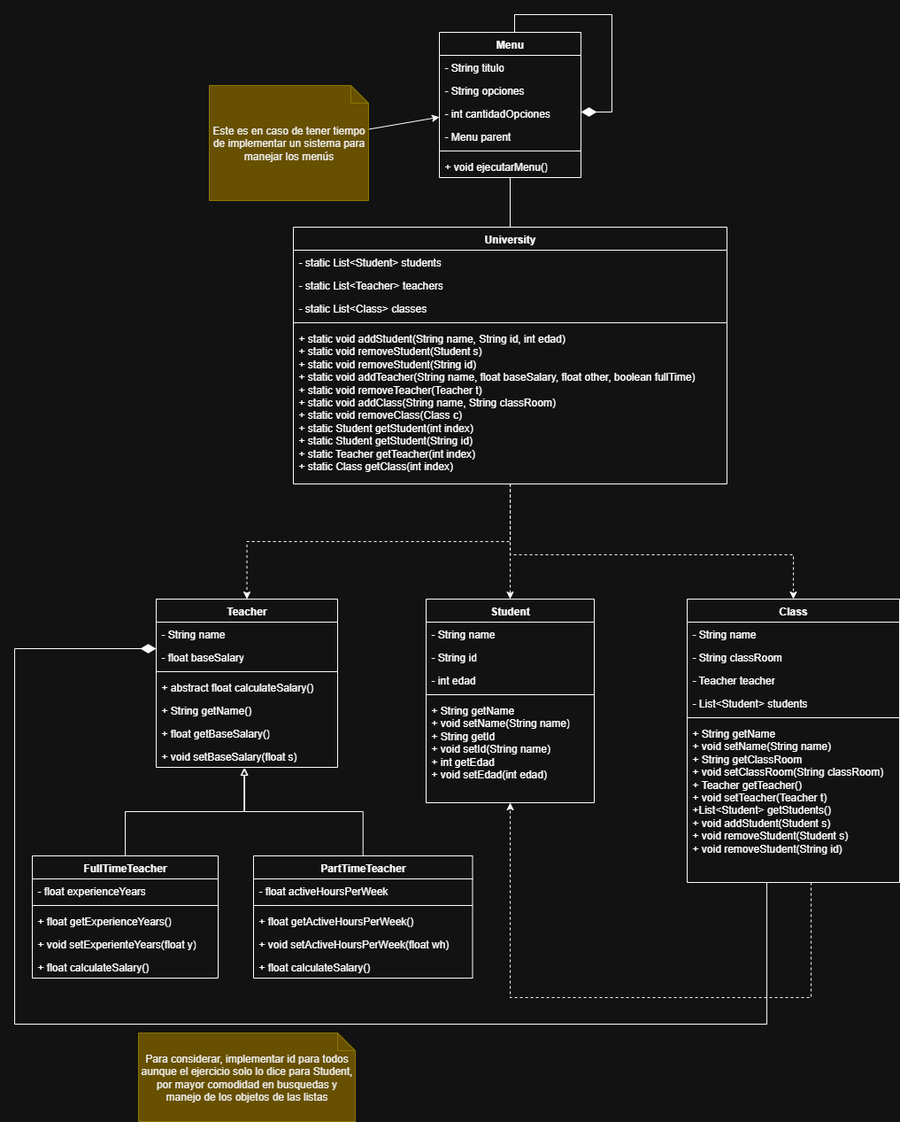
Before: diagrams/ClassesDiagram.png, a diagram exported from draw.io (CarlosDRomero/JavaFinalExercise). Source tidied: cells renumbered, new cells last; positions are measured from the earlier drawing's top-left corner, leaving out a move shared by most shapes.
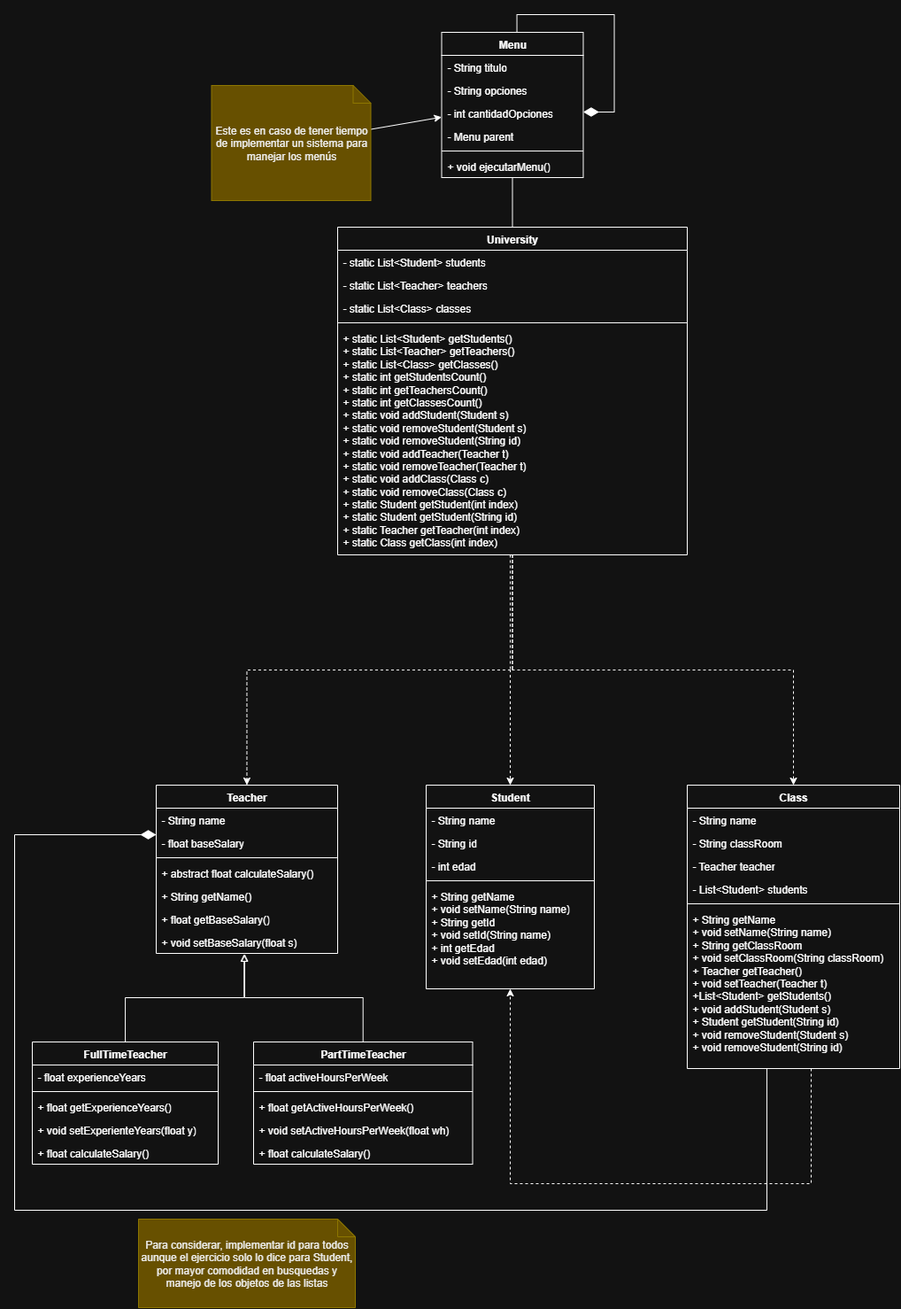
The same file after the commit.

Commit message:
Se adaptó el diagrama de clases a los cambios

What changed in the source:
```diff
@@ -23,8 +23,8 @@
     <mxCell id="8" style="edgeStyle=orthogonalEdgeStyle;rounded=0;jettySize=auto;html=1;dashed=1;entryX=0.5;entryY=0;entryDx=0;entryDy=0;" parent="1" edge="1" source="11" target="39">
       <mxGeometry relative="1" as="geometry">
         <Array as="points">
-          <mxPoint x="560" y="610" />
-          <mxPoint x="880" y="610" />
+          <mxPoint x="560" y="530" />
+          <mxPoint x="880" y="530" />
         </Array>
       </mxGeometry>
     </mxCell>
@@ -35,22 +35,22 @@
       <mxGeometry relative="1" as="geometry" />
     </mxCell>
     <mxCell id="11" value="University" style="swimlane;fontStyle=1;align=center;verticalAlign=top;horizontal=1;startSize=26;whiteSpace=wrap;html=1;" parent="1" vertex="1">
-      <mxGeometry x="315" y="240" width="490" height="290" as="geometry" />
+      <mxGeometry x="365" y="30" width="395" height="370" as="geometry" />
     </mxCell>
     <mxCell id="12" value="- static List&amp;lt;Student&amp;gt; students" style="text;strokeColor=none;fillColor=none;align=left;verticalAlign=top;spacingLeft=4;spacingRight=4;overflow=hidden;whiteSpace=wrap;html=1;" parent="11" vertex="1">
-      <mxGeometry y="26" width="490" height="26" as="geometry" />
+      <mxGeometry y="26" width="395" height="26" as="geometry" />
     </mxCell>
     <mxCell id="13" value="- static List&amp;lt;Teacher&amp;gt; teachers" style="text;strokeColor=none;fillColor=none;align=left;verticalAlign=top;spacingLeft=4;spacingRight=4;overflow=hidden;whiteSpace=wrap;html=1;" parent="11" vertex="1">
-      <mxGeometry y="52" width="490" height="26" as="geometry" />
+      <mxGeometry y="52" width="395" height="26" as="geometry" />
     </mxCell>
     <mxCell id="14" value="- static List&amp;lt;Class&amp;gt; classes" style="text;strokeColor=none;fillColor=none;align=left;verticalAlign=top;spacingLeft=4;spacingRight=4;overflow=hidden;whiteSpace=wrap;html=1;" parent="11" vertex="1">
-      <mxGeometry y="78" width="490" height="26" as="geometry" />
+      <mxGeometry y="78" width="395" height="26" as="geometry" />
     </mxCell>
     <mxCell id="15" style="line;strokeWidth=1;fillColor=none;align=left;verticalAlign=middle;spacingTop=-1;spacingLeft=3;spacingRight=3;labelPosition=right;strokeColor=inherit;" parent="11" vertex="1">
-      <mxGeometry y="104" width="490" height="8" as="geometry" />
+      <mxGeometry y="104" width="395" height="8" as="geometry" />
     </mxCell>
-    <mxCell id="16" value="+ static void addStudent(String name, String id, int edad)&lt;div&gt;+ static void removeStudent(Student s)&lt;/div&gt;&lt;div&gt;+ static void removeStudent(String id)&lt;/div&gt;&lt;div&gt;+ static void addTeacher(String name, float baseSalary, float other, boolean fullTime)&lt;/div&gt;&lt;div&gt;+ static void removeTeacher(Teacher t)&lt;/div&gt;&lt;div&gt;+ static void addClass(String name, String classRoom)&lt;/div&gt;&lt;div&gt;+ static void removeClass(Class c)&lt;/div&gt;&lt;div&gt;+ static Student getStudent(int index)&lt;/div&gt;&lt;div&gt;+ static Student getStudent(String id)&lt;/div&gt;&lt;div&gt;+ static Teacher getTeacher(int index)&lt;/div&gt;&lt;div&gt;+ static Class getClass(int index)&lt;/div&gt;&lt;div&gt;&lt;br&gt;&lt;/div&gt;" style="text;strokeColor=none;fillColor=none;align=left;verticalAlign=top;spacingLeft=4;spacingRight=4;overflow=hidden;whiteSpace=wrap;html=1;" parent="11" vertex="1">
-      <mxGeometry y="112" width="490" height="178" as="geometry" />
+    <mxCell id="16" value="&lt;div&gt;&lt;div&gt;+ static List&amp;lt;Student&amp;gt; getStudents()&lt;/div&gt;&lt;div&gt;+ static List&amp;lt;Teacher&amp;gt; getTeachers()&lt;/div&gt;&lt;div&gt;+ static List&amp;lt;Class&amp;gt; getClasses()&lt;/div&gt;&lt;div&gt;+ static int getStudentsCount()&lt;/div&gt;&lt;div&gt;+ static int getTeachersCount()&lt;/div&gt;&lt;div&gt;+ static int getClassesCount()&lt;/div&gt;&lt;/div&gt;+ static void addStudent(Student s)&lt;div&gt;+ static void removeStudent(Student s)&lt;/div&gt;&lt;div&gt;+ static void removeStudent(String id)&lt;/div&gt;&lt;div&gt;+ static void addTeacher(Teacher t)&lt;/div&gt;&lt;div&gt;+ static void removeTeacher(Teacher t)&lt;/div&gt;&lt;div&gt;+ static void addClass(Class c)&lt;/div&gt;&lt;div&gt;+ static void removeClass(Class c)&lt;/div&gt;&lt;div&gt;+ static Student getStudent(int index)&lt;/div&gt;&lt;div&gt;+ static Student getStudent(String id)&lt;/div&gt;&lt;div&gt;+ static Teacher getTeacher(int index)&lt;/div&gt;&lt;div&gt;+ static Class getClass(int index)&lt;/div&gt;&lt;div&gt;&lt;br&gt;&lt;/div&gt;" style="text;strokeColor=none;fillColor=none;align=left;verticalAlign=top;spacingLeft=4;spacingRight=4;overflow=hidden;whiteSpace=wrap;html=1;" parent="11" vertex="1">
+      <mxGeometry y="112" width="395" height="258" as="geometry" />
     </mxCell>
     <mxCell id="17" style="edgeStyle=orthogonalEdgeStyle;rounded=0;jettySize=auto;html=1;entryX=0.5;entryY=0;entryDx=0;entryDy=0;endArrow=none;endFill=0;startArrow=block;startFill=0;exitX=0.484;exitY=1.031;exitDx=0;exitDy=0;exitPerimeter=0;" parent="1" edge="1" source="25" target="26">
       <mxGeometry relative="1" as="geometry" />
@@ -141,7 +141,7 @@
     <mxCell id="44" style="line;strokeWidth=1;fillColor=none;align=left;verticalAlign=middle;spacingTop=-1;spacingLeft=3;spacingRight=3;labelPosition=right;strokeColor=inherit;" parent="39" vertex="1">
       <mxGeometry y="130" width="240" height="8" as="geometry" />
     </mxCell>
-    <mxCell id="45" value="+ String getName&lt;div&gt;+ void setName(String name)&lt;/div&gt;&lt;div&gt;+ String getClassRoom&lt;div&gt;+ void setClassRoom(String classRoom)&lt;/div&gt;&lt;div&gt;+ Teacher getTeacher()&lt;/div&gt;&lt;/div&gt;&lt;div&gt;+ void setTeacher(Teacher t)&lt;/div&gt;&lt;div&gt;+List&amp;lt;Student&amp;gt; getStudents()&lt;/div&gt;&lt;div&gt;+ void addStudent(Student s)&lt;/div&gt;&lt;div&gt;+ void removeStudent(Student s)&lt;/div&gt;&lt;div&gt;+ void removeStudent(String id)&lt;/div&gt;" style="text;strokeColor=none;fillColor=none;align=left;verticalAlign=top;spacingLeft=4;spacingRight=4;overflow=hidden;points=[[0,0.5],[1,0.5]];portConstraint=eastwest;whiteSpace=wrap;html=1;" parent="39" vertex="1">
+    <mxCell id="45" value="+ String getName&lt;div&gt;+ void setName(String name)&lt;/div&gt;&lt;div&gt;+ String getClassRoom&lt;div&gt;+ void setClassRoom(String classRoom)&lt;/div&gt;&lt;div&gt;+ Teacher getTeacher()&lt;/div&gt;&lt;/div&gt;&lt;div&gt;+ void setTeacher(Teacher t)&lt;/div&gt;&lt;div&gt;+List&amp;lt;Student&amp;gt; getStudents()&lt;/div&gt;&lt;div&gt;+ void addStudent(Student s)&lt;/div&gt;&lt;div&gt;+ Student getStudent(String id)&lt;/div&gt;&lt;div&gt;+ void removeStudent(Student s)&lt;/div&gt;&lt;div&gt;+ void removeStudent(String id)&lt;/div&gt;" style="text;strokeColor=none;fillColor=none;align=left;verticalAlign=top;spacingLeft=4;spacingRight=4;overflow=hidden;points=[[0,0.5],[1,0.5]];portConstraint=eastwest;whiteSpace=wrap;html=1;" parent="39" vertex="1">
       <mxGeometry y="138" width="240" height="182" as="geometry" />
     </mxCell>
     <mxCell id="46" style="edgeStyle=orthogonalEdgeStyle;rounded=0;jettySize=auto;html=1;endArrow=block;endFill=0;entryX=0.488;entryY=1.031;entryDx=0;entryDy=0;entryPerimeter=0;" parent="1" edge="1" source="32" target="25">
@@ -160,7 +160,7 @@
       <mxGeometry relative="1" as="geometry" />
     </mxCell>
     <mxCell id="49" value="Menu" style="swimlane;fontStyle=1;align=center;verticalAlign=top;horizontal=1;startSize=26;whiteSpace=wrap;html=1;" parent="1" vertex="1">
-      <mxGeometry x="480" y="20" width="160" height="164" as="geometry" />
+      <mxGeometry x="482.5" y="-190" width="160" height="164" as="geometry" />
     </mxCell>
     <mxCell id="50" value="- String titulo" style="text;strokeColor=none;fillColor=none;align=left;verticalAlign=top;spacingLeft=4;spacingRight=4;overflow=hidden;whiteSpace=wrap;html=1;" parent="49" vertex="1">
       <mxGeometry y="26" width="160" height="26" as="geometry" />
@@ -194,7 +194,7 @@
       <mxGeometry relative="1" as="geometry" />
     </mxCell>
     <mxCell id="58" value="Este es en caso de tener tiempo de implementar un sistema para manejar los menús" style="shape=note;size=20;whiteSpace=wrap;html=1;fillColor=#e3c800;fontColor=#000000;strokeColor=#B09500;" parent="1" vertex="1">
-      <mxGeometry x="220" y="80" width="180" height="130" as="geometry" />
+      <mxGeometry x="222.5" y="-130" width="180" height="130" as="geometry" />
     </mxCell>
     <mxCell id="59" value="Para considerar, implementar id para todos aunque el ejercicio solo lo dice para Student, por mayor comodidad en busquedas y manejo de los objetos de las listas" style="shape=note;size=20;whiteSpace=wrap;html=1;fillColor=#e3c800;fontColor=#000000;strokeColor=#B09500;" parent="1" vertex="1">
       <mxGeometry x="140" y="1150" width="245" height="100" as="geometry" />
```
